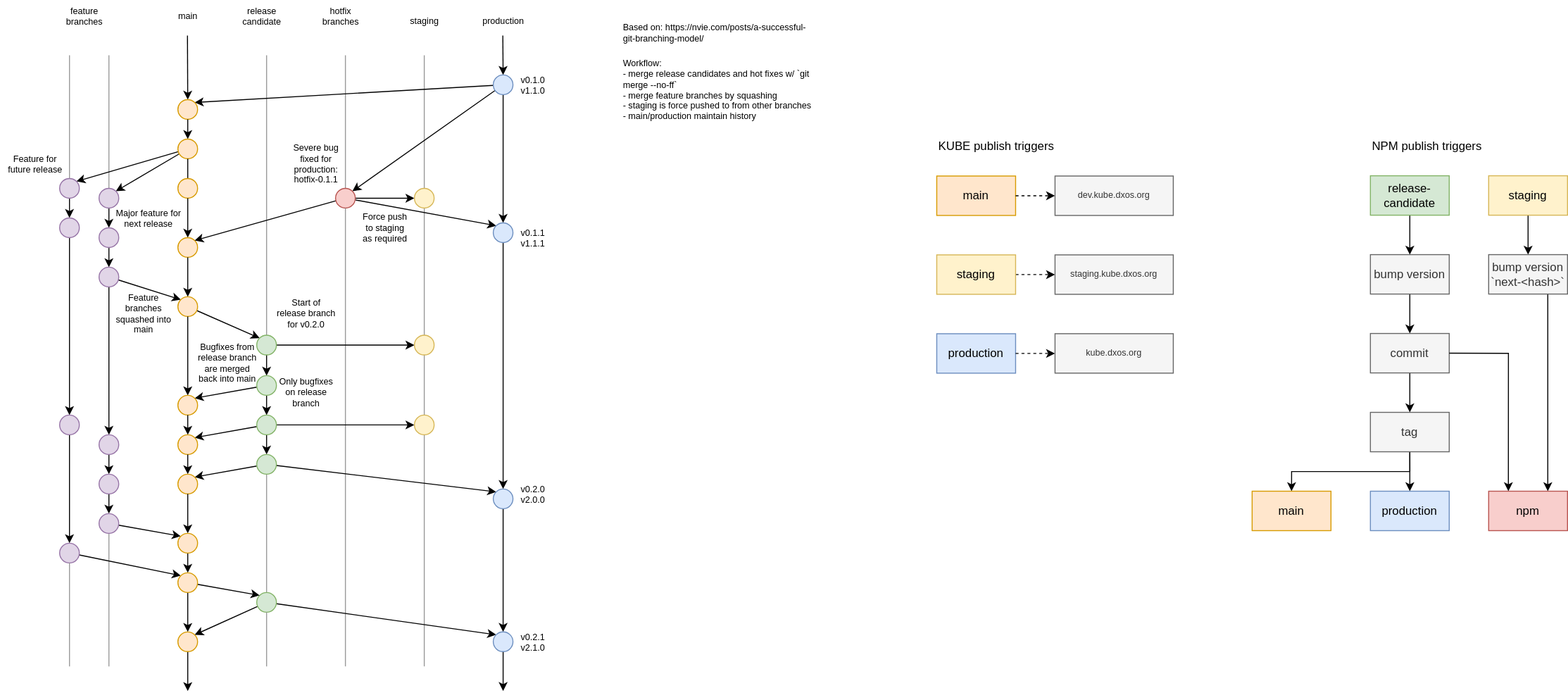
Above: docs/docs/design/diagrams/release-flow.drawio.svg in dxos/dxos (draw.io), before the change. Source tidied: cells renumbered, new cells last; positions are measured from the earlier drawing's top-left corner, leaving out a move shared by most shapes.
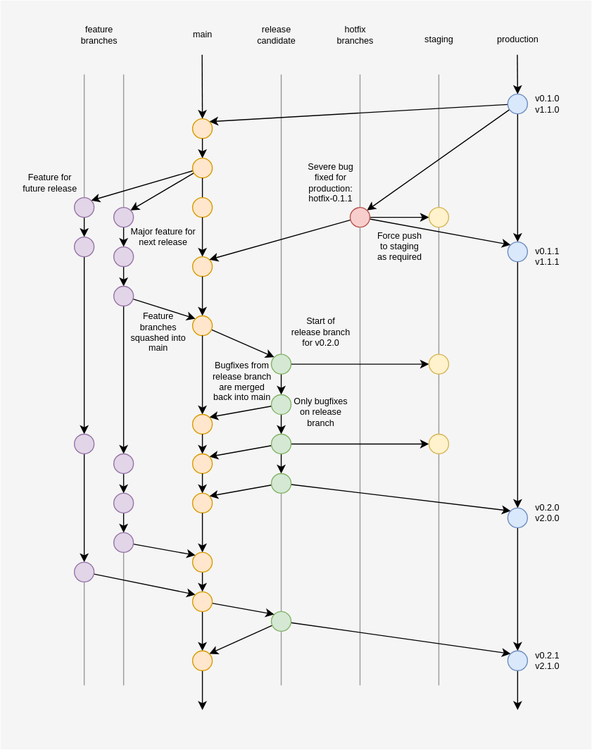
After the change.

Change to the diagram source:
```diff
@@ -2,6 +2,9 @@
   <root>
     <mxCell id="0" />
     <mxCell id="1" parent="0" />
+    <mxCell id="141" style="rounded=0;whiteSpace=wrap;html=1;fillColor=#f5f5f5;fontColor=#333333;strokeColor=none;" parent="1" vertex="1">
+      <mxGeometry x="-15" y="-19.5" width="600" height="760" as="geometry" />
+    </mxCell>
     <mxCell id="2" style="endArrow=none;html=1;rounded=0;fontSize=9;fontColor=#000000;startArrow=none;strokeColor=#999999;" parent="1" edge="1">
       <mxGeometry relative="1" as="geometry">
         <mxPoint x="430" y="675.5" as="sourcePoint" />
@@ -344,33 +347,6 @@
     <mxCell id="106" value="Feature&lt;br&gt;branches&lt;br&gt;squashed into&lt;br&gt;main" style="text;html=1;align=center;verticalAlign=middle;strokeColor=none;fillColor=none;fontSize=9;fontColor=#000000;" parent="1" vertex="1">
       <mxGeometry x="110" y="293" width="70" height="50" as="geometry" />
     </mxCell>
-    <mxCell id="107" style="edgeStyle=none;rounded=0;html=1;fontSize=9;fontColor=#000000;startArrow=none;startFill=0;endArrow=classic;endFill=1;strokeColor=#000000;dashed=1;" parent="1" edge="1" source="108" target="113">
-      <mxGeometry relative="1" as="geometry" />
-    </mxCell>
-    <mxCell id="108" value="staging" style="rounded=0;whiteSpace=wrap;html=1;fillColor=#fff2cc;strokeColor=#d6b656;" parent="1" vertex="1">
-      <mxGeometry x="950" y="258" width="80" height="40" as="geometry" />
-    </mxCell>
-    <mxCell id="109" value="main" style="rounded=0;whiteSpace=wrap;html=1;fillColor=#ffe6cc;strokeColor=#d79b00;" parent="1" vertex="1">
-      <mxGeometry x="950" y="178" width="80" height="40" as="geometry" />
-    </mxCell>
-    <mxCell id="110" value="production" style="rounded=0;whiteSpace=wrap;html=1;fillColor=#dae8fc;strokeColor=#6c8ebf;" parent="1" vertex="1">
-      <mxGeometry x="950" y="338" width="80" height="40" as="geometry" />
-    </mxCell>
-    <mxCell id="111" style="edgeStyle=orthogonalEdgeStyle;rounded=0;html=1;entryX=0;entryY=0.5;entryDx=0;entryDy=0;dashed=1;fontSize=9;fontColor=#000000;exitX=1;exitY=0.5;exitDx=0;exitDy=0;" parent="1" edge="1" source="109" target="115">
-      <mxGeometry relative="1" as="geometry" />
-    </mxCell>
-    <mxCell id="112" style="edgeStyle=orthogonalEdgeStyle;rounded=0;html=1;dashed=1;fontSize=9;fontColor=#000000;exitX=1;exitY=0.5;exitDx=0;exitDy=0;" parent="1" edge="1" source="110" target="114">
-      <mxGeometry relative="1" as="geometry" />
-    </mxCell>
-    <mxCell id="113" value="staging.kube.dxos.org" style="rounded=0;whiteSpace=wrap;html=1;fontSize=9;fillColor=#f5f5f5;strokeColor=#666666;fontColor=#333333;" parent="1" vertex="1">
-      <mxGeometry x="1070" y="258" width="120" height="40" as="geometry" />
-    </mxCell>
-    <mxCell id="114" value="kube.dxos.org" style="rounded=0;whiteSpace=wrap;html=1;fontSize=9;fillColor=#f5f5f5;strokeColor=#666666;fontColor=#333333;" parent="1" vertex="1">
-      <mxGeometry x="1070" y="338" width="120" height="40" as="geometry" />
-    </mxCell>
-    <mxCell id="115" value="dev.kube.dxos.org" style="rounded=0;whiteSpace=wrap;html=1;fontSize=9;fillColor=#f5f5f5;strokeColor=#666666;fontColor=#333333;" parent="1" vertex="1">
-      <mxGeometry x="1070" y="178" width="120" height="40" as="geometry" />
-    </mxCell>
     <mxCell id="116" value="staging" style="text;html=1;align=center;verticalAlign=middle;strokeColor=none;fillColor=none;fontSize=9;fontColor=#000000;" parent="1" vertex="1">
       <mxGeometry x="410" y="10.5" width="40" height="20" as="geometry" />
     </mxCell>
@@ -386,72 +362,5 @@
     <mxCell id="120" style="ellipse;whiteSpace=wrap;html=1;fontSize=9;fillColor=#fff2cc;strokeColor=#d6b656;" parent="1" vertex="1">
       <mxGeometry x="420" y="190.5" width="20" height="20" as="geometry" />
     </mxCell>
-    <mxCell id="121" value="Based on: https://nvie.com/posts/a-successful-git-branching-model/" style="text;whiteSpace=wrap;html=1;fontSize=9;fontColor=#000000;verticalAlign=middle;" parent="1" vertex="1">
-      <mxGeometry x="630" y="18" width="200" height="30" as="geometry" />
-    </mxCell>
-    <mxCell id="122" style="edgeStyle=none;rounded=0;html=1;fontSize=9;fontColor=#000000;startArrow=none;startFill=0;endArrow=classic;endFill=1;strokeColor=#000000;" parent="1" edge="1" source="123" target="125">
-      <mxGeometry relative="1" as="geometry" />
-    </mxCell>
-    <mxCell id="123" value="staging" style="rounded=0;whiteSpace=wrap;html=1;fillColor=#fff2cc;strokeColor=#d6b656;" parent="1" vertex="1">
-      <mxGeometry x="1510" y="177.8" width="80" height="40" as="geometry" />
-    </mxCell>
-    <mxCell id="124" style="edgeStyle=none;rounded=0;html=1;entryX=0.75;entryY=0;entryDx=0;entryDy=0;fontSize=9;fontColor=#000000;startArrow=none;startFill=0;endArrow=classic;endFill=1;strokeColor=#000000;exitX=0.75;exitY=1;exitDx=0;exitDy=0;" parent="1" edge="1" source="125" target="134">
-      <mxGeometry relative="1" as="geometry" />
-    </mxCell>
-    <mxCell id="125" value="bump version&lt;br&gt;`next-&amp;lt;hash&amp;gt;`" style="rounded=0;whiteSpace=wrap;html=1;fillColor=#f5f5f5;strokeColor=#666666;fontColor=#333333;" parent="1" vertex="1">
-      <mxGeometry x="1510" y="257.8" width="80" height="40" as="geometry" />
-    </mxCell>
-    <mxCell id="126" style="edgeStyle=none;rounded=0;html=1;fontSize=9;fontColor=#000000;startArrow=none;startFill=0;endArrow=classic;endFill=1;strokeColor=#000000;" parent="1" edge="1" source="127" target="129">
-      <mxGeometry relative="1" as="geometry" />
-    </mxCell>
-    <mxCell id="127" value="bump version" style="rounded=0;whiteSpace=wrap;html=1;fillColor=#f5f5f5;strokeColor=#666666;fontColor=#333333;" parent="1" vertex="1">
-      <mxGeometry x="1390" y="257.8" width="80" height="40" as="geometry" />
-    </mxCell>
-    <mxCell id="128" style="edgeStyle=none;rounded=0;html=1;fontSize=9;fontColor=#000000;startArrow=none;startFill=0;endArrow=classic;endFill=1;strokeColor=#000000;" parent="1" edge="1" source="129" target="133">
-      <mxGeometry relative="1" as="geometry" />
-    </mxCell>
-    <mxCell id="129" value="commit" style="rounded=0;whiteSpace=wrap;html=1;fillColor=#f5f5f5;strokeColor=#666666;fontColor=#333333;" parent="1" vertex="1">
-      <mxGeometry x="1390" y="337.8" width="80" height="40" as="geometry" />
-    </mxCell>
-    <mxCell id="130" style="html=1;edgeStyle=orthogonalEdgeStyle;rounded=0;exitX=1;exitY=0.5;exitDx=0;exitDy=0;entryX=0.25;entryY=0;entryDx=0;entryDy=0;" parent="1" edge="1" source="129" target="134">
-      <mxGeometry relative="1" as="geometry">
-        <Array as="points">
-          <mxPoint x="1530" y="358" />
-        </Array>
-      </mxGeometry>
-    </mxCell>
-    <mxCell id="131" style="edgeStyle=orthogonalEdgeStyle;rounded=0;html=1;entryX=0.5;entryY=0;entryDx=0;entryDy=0;" parent="1" edge="1" source="133" target="140">
-      <mxGeometry relative="1" as="geometry" />
-    </mxCell>
-    <mxCell id="132" style="edgeStyle=orthogonalEdgeStyle;rounded=0;html=1;entryX=0.5;entryY=0;entryDx=0;entryDy=0;exitX=0.5;exitY=1;exitDx=0;exitDy=0;" parent="1" edge="1" source="133" target="137">
-      <mxGeometry relative="1" as="geometry" />
-    </mxCell>
-    <mxCell id="133" value="tag" style="rounded=0;whiteSpace=wrap;html=1;fillColor=#f5f5f5;strokeColor=#666666;fontColor=#333333;" parent="1" vertex="1">
-      <mxGeometry x="1390" y="417.8" width="80" height="40" as="geometry" />
-    </mxCell>
-    <mxCell id="134" value="npm" style="rounded=0;whiteSpace=wrap;html=1;fillColor=#f8cecc;strokeColor=#b85450;" parent="1" vertex="1">
-      <mxGeometry x="1510" y="497.8" width="80" height="40" as="geometry" />
-    </mxCell>
-    <mxCell id="135" style="edgeStyle=none;rounded=0;html=1;fontSize=9;fontColor=#000000;startArrow=none;startFill=0;endArrow=classic;endFill=1;strokeColor=#000000;" parent="1" edge="1" source="136" target="127">
-      <mxGeometry relative="1" as="geometry" />
-    </mxCell>
-    <mxCell id="136" value="release-&lt;br&gt;candidate" style="rounded=0;whiteSpace=wrap;html=1;fillColor=#d5e8d4;strokeColor=#82b366;" parent="1" vertex="1">
-      <mxGeometry x="1390" y="177.8" width="80" height="40" as="geometry" />
-    </mxCell>
-    <mxCell id="137" value="main" style="rounded=0;whiteSpace=wrap;html=1;fillColor=#ffe6cc;strokeColor=#d79b00;" parent="1" vertex="1">
-      <mxGeometry x="1270" y="497.8" width="80" height="40" as="geometry" />
-    </mxCell>
-    <mxCell id="138" value="KUBE publish triggers" style="text;html=1;align=left;verticalAlign=middle;strokeColor=none;fillColor=none;" parent="1" vertex="1">
-      <mxGeometry x="950" y="138" width="130" height="20" as="geometry" />
-    </mxCell>
-    <mxCell id="139" value="NPM publish triggers" style="text;html=1;align=left;verticalAlign=middle;strokeColor=none;fillColor=none;" parent="1" vertex="1">
-      <mxGeometry x="1390" y="138" width="130" height="20" as="geometry" />
-    </mxCell>
-    <mxCell id="140" value="production" style="rounded=0;whiteSpace=wrap;html=1;fillColor=#dae8fc;strokeColor=#6c8ebf;" parent="1" vertex="1">
-      <mxGeometry x="1390" y="497.8" width="80" height="40" as="geometry" />
-    </mxCell>
-    <mxCell id="141" value="&lt;span&gt;Workflow:&lt;/span&gt;&lt;br&gt;&lt;span&gt;- merge release candidates and hot fixes w/ `git merge --no-ff`&lt;/span&gt;&lt;br&gt;&lt;span&gt;- merge feature branches by squashing&lt;/span&gt;&lt;br&gt;&lt;span&gt;- staging is force pushed to from other branches&lt;/span&gt;&lt;br&gt;&lt;span&gt;- main/production maintain history&lt;/span&gt;" style="text;whiteSpace=wrap;html=1;fontSize=9;fontColor=#000000;verticalAlign=middle;" parent="1" vertex="1">
-      <mxGeometry x="630" y="55.5" width="200" height="70" as="geometry" />
-    </mxCell>
   </root>
 </mxGraphModel>
```
